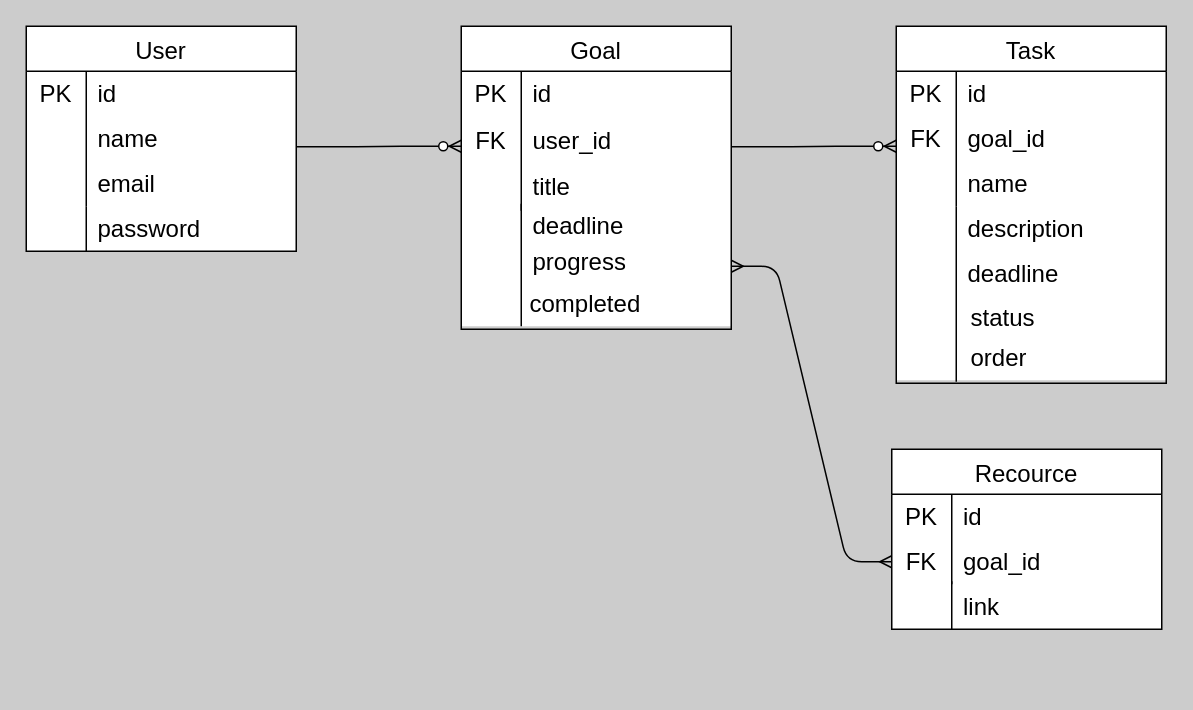
Earlier version of the draw.io diagram taskall.dio (ShotaMihara/Taskall). Source tidied: cells renumbered, new cells numbered last; positions are measured from the earlier drawing's top-left corner, leaving out a move shared by most shapes. Both pictures are drawn from the tidied source at 150%, with x=0, y=0 at pixel (26, 26).
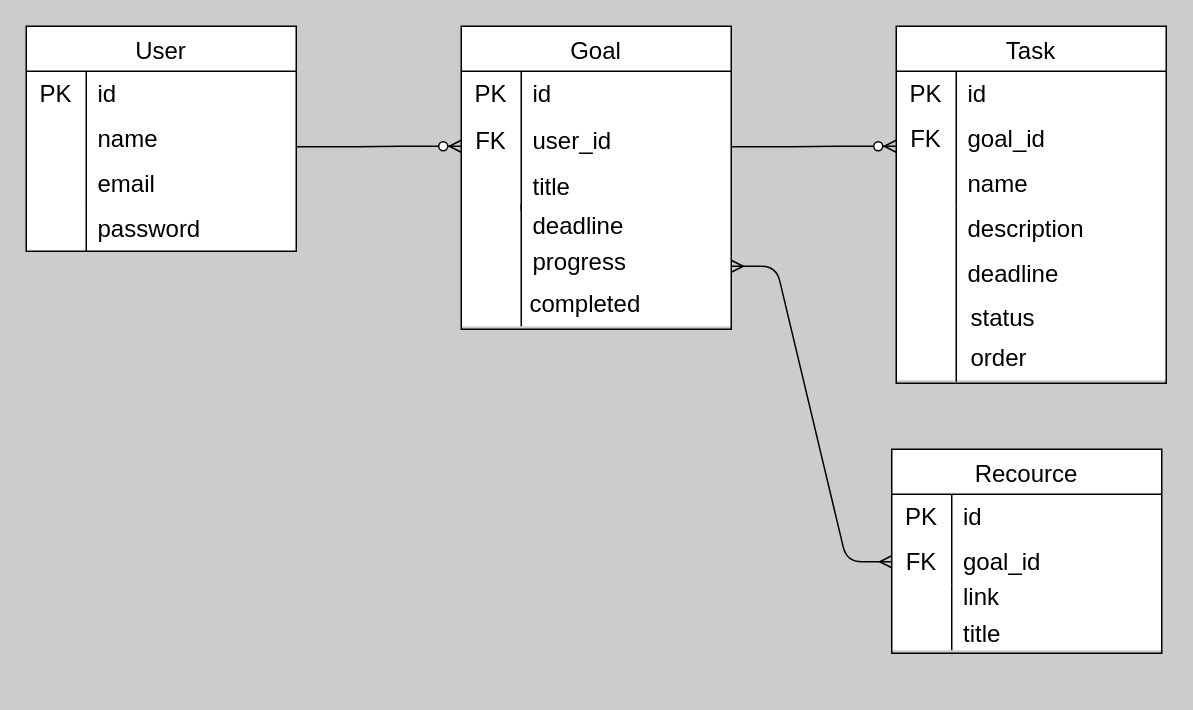
After the change.

The edit, as a diff of the source:
```diff
@@
     <mxCell id="50" style="group;" parent="1" vertex="1">
-      <mxGeometry x="577" y="282" width="180" height="120" as="geometry" />
+      <mxGeometry x="577" y="282" width="180" height="156" as="geometry" />
     </mxCell>
     <mxCell id="51" style="group;fillColor=default;" parent="50" vertex="1">
-      <mxGeometry width="180" height="120" as="geometry" />
+      <mxGeometry width="180" height="134" as="geometry" />
     </mxCell>
     <mxCell id="52" value="Recource" style="shape=table;startSize=30;childLayout=tableLayout;rowLines=0;fontStyle=0;strokeColor=default;fontSize=16;fillColor=default;" parent="50" vertex="1">
-      <mxGeometry width="180" height="120" as="geometry" />
+      <mxGeometry width="180" height="136" as="geometry" />
     </mxCell>
@@
     <mxCell id="59" value="link" style="shape=partialRectangle;html=1;whiteSpace=wrap;fillColor=none;top=0;left=0;bottom=0;right=0;align=left;spacingLeft=6;overflow=hidden;strokeColor=default;fontSize=16;" parent="50" vertex="1">
-      <mxGeometry x="40" y="90" width="140" height="30" as="geometry" />
+      <mxGeometry x="40" y="78" width="140" height="39" as="geometry" />
     </mxCell>
     <mxCell id="60" style="endArrow=none;html=1;" parent="50" edge="1">
       <mxGeometry relative="1" as="geometry">
-        <mxPoint x="40" y="88" as="sourcePoint" />
-        <mxPoint x="40" y="120" as="targetPoint" />
+        <mxPoint x="40" y="90" as="sourcePoint" />
+        <mxPoint x="40" y="134" as="targetPoint" />
       </mxGeometry>
     </mxCell>
+    <mxCell id="62" value="title" style="shape=partialRectangle;html=1;whiteSpace=wrap;fillColor=none;top=0;left=0;bottom=0;right=0;align=left;spacingLeft=6;overflow=hidden;strokeColor=default;fontSize=16;" parent="50" vertex="1">
+      <mxGeometry x="40" y="103" width="140" height="39" as="geometry" />
+    </mxCell>
```
